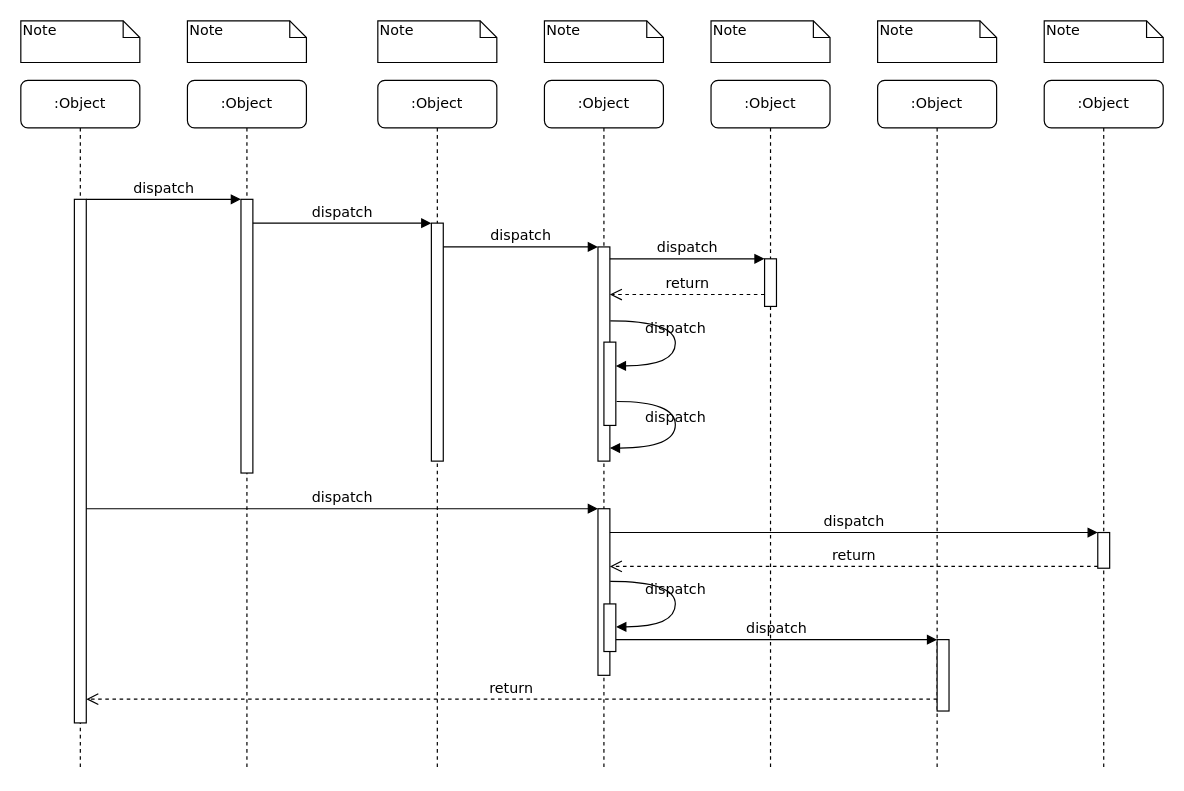
cgshao02/graduation_picture keeps this draw.io diagram as 未命名绘图.drawio. Above is the earlier version. Source tidied: cells renumbered, new cells numbered last; positions are measured from the earlier drawing's top-left corner, leaving out a move shared by most shapes. Both pictures are drawn from the tidied source at 119%, with x=0, y=0 at pixel (20, 20).
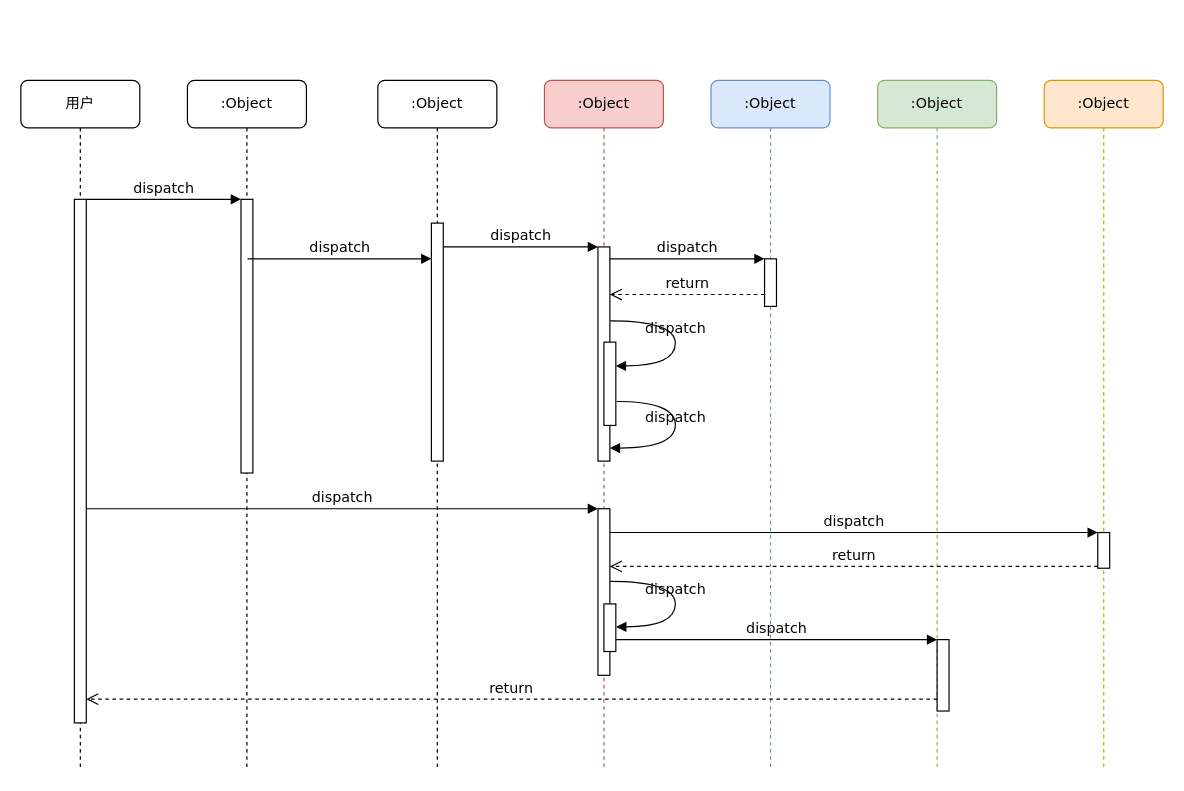
The same diagram, later.

Unchanged cells that the change refers to:
```xml
<mxCell id="3" style="html=1;points=[];perimeter=orthogonalPerimeter;rounded=0;shadow=0;comic=0;labelBackgroundColor=none;strokeWidth=1;fontFamily=Verdana;fontSize=12;align=center;" parent="2" vertex="1">
  <mxGeometry x="45" y="100" width="10" height="230" as="geometry" />
</mxCell>
<mxCell id="4" value=":Object" style="shape=umlLifeline;perimeter=lifelinePerimeter;whiteSpace=wrap;html=1;rounded=1;shadow=0;comic=0;labelBackgroundColor=none;strokeWidth=1;fontFamily=Verdana;fontSize=12;align=center;" parent="1" vertex="1">
  <mxGeometry x="300" y="50" width="100" height="580" as="geometry" />
</mxCell>
<mxCell id="5" style="html=1;points=[];perimeter=orthogonalPerimeter;rounded=0;shadow=0;comic=0;labelBackgroundColor=none;strokeWidth=1;fontFamily=Verdana;fontSize=12;align=center;" parent="4" vertex="1">
  <mxGeometry x="45" y="120" width="10" height="200" as="geometry" />
</mxCell>
```

Diff of the diagram source:
```diff
@@
+    <mxCell id="26" value="dispatch" style="html=1;verticalAlign=bottom;endArrow=block;labelBackgroundColor=none;fontFamily=Verdana;fontSize=12;edgeStyle=elbowEdgeStyle;elbow=vertical;" parent="4" edge="1">
+      <mxGeometry relative="1" as="geometry">
+        <mxPoint x="-109.5" y="150" as="sourcePoint" />
+        <mxPoint x="45" y="150" as="targetPoint" />
+      </mxGeometry>
+    </mxCell>
-    <mxCell id="6" value=":Object" style="shape=umlLifeline;perimeter=lifelinePerimeter;whiteSpace=wrap;html=1;rounded=1;shadow=0;comic=0;labelBackgroundColor=none;strokeWidth=1;fontFamily=Verdana;fontSize=12;align=center;" parent="1" vertex="1">
+    <mxCell id="6" value=":Object" style="shape=umlLifeline;perimeter=lifelinePerimeter;whiteSpace=wrap;html=1;rounded=1;shadow=0;comic=0;labelBackgroundColor=none;strokeWidth=1;fontFamily=Verdana;fontSize=12;align=center;fillColor=#f8cecc;strokeColor=#b85450;" parent="1" vertex="1">
       <mxGeometry x="440" y="50" width="100" height="580" as="geometry" />
     </mxCell>
-    <mxCell id="7" value=":Object" style="shape=umlLifeline;perimeter=lifelinePerimeter;whiteSpace=wrap;html=1;rounded=1;shadow=0;comic=0;labelBackgroundColor=none;strokeWidth=1;fontFamily=Verdana;fontSize=12;align=center;" parent="1" vertex="1">
+    <mxCell id="7" value=":Object" style="shape=umlLifeline;perimeter=lifelinePerimeter;whiteSpace=wrap;html=1;rounded=1;shadow=0;comic=0;labelBackgroundColor=none;strokeWidth=1;fontFamily=Verdana;fontSize=12;align=center;fillColor=#dae8fc;strokeColor=#6c8ebf;" parent="1" vertex="1">
       <mxGeometry x="580" y="50" width="100" height="580" as="geometry" />
     </mxCell>
-    <mxCell id="8" value=":Object" style="shape=umlLifeline;perimeter=lifelinePerimeter;whiteSpace=wrap;html=1;rounded=1;shadow=0;comic=0;labelBackgroundColor=none;strokeWidth=1;fontFamily=Verdana;fontSize=12;align=center;" parent="1" vertex="1">
+    <mxCell id="8" value=":Object" style="shape=umlLifeline;perimeter=lifelinePerimeter;whiteSpace=wrap;html=1;rounded=1;shadow=0;comic=0;labelBackgroundColor=none;strokeWidth=1;fontFamily=Verdana;fontSize=12;align=center;fillColor=#d5e8d4;strokeColor=#82b366;" parent="1" vertex="1">
       <mxGeometry x="720" y="50" width="100" height="580" as="geometry" />
     </mxCell>
-    <mxCell id="9" value=":Object" style="shape=umlLifeline;perimeter=lifelinePerimeter;whiteSpace=wrap;html=1;rounded=1;shadow=0;comic=0;labelBackgroundColor=none;strokeWidth=1;fontFamily=Verdana;fontSize=12;align=center;" parent="1" vertex="1">
+    <mxCell id="9" value=":Object" style="shape=umlLifeline;perimeter=lifelinePerimeter;whiteSpace=wrap;html=1;rounded=1;shadow=0;comic=0;labelBackgroundColor=none;strokeWidth=1;fontFamily=Verdana;fontSize=12;align=center;fillColor=#ffe6cc;strokeColor=#d79b00;" parent="1" vertex="1">
       <mxGeometry x="860" y="50" width="100" height="580" as="geometry" />
     </mxCell>
-    <mxCell id="10" value=":Object" style="shape=umlLifeline;perimeter=lifelinePerimeter;whiteSpace=wrap;html=1;rounded=1;shadow=0;comic=0;labelBackgroundColor=none;strokeWidth=1;fontFamily=Verdana;fontSize=12;align=center;" parent="1" vertex="1">
+    <mxCell id="10" value="用户" style="shape=umlLifeline;perimeter=lifelinePerimeter;whiteSpace=wrap;html=1;rounded=1;shadow=0;comic=0;labelBackgroundColor=none;strokeWidth=1;fontFamily=Verdana;fontSize=12;align=center;" parent="1" vertex="1">
       <mxGeometry y="50" width="100" height="580" as="geometry" />
     </mxCell>
@@
-    <mxCell id="26" value="dispatch" style="html=1;verticalAlign=bottom;endArrow=block;entryX=0;entryY=0;labelBackgroundColor=none;fontFamily=Verdana;fontSize=12;edgeStyle=elbowEdgeStyle;elbow=vertical;" parent="1" edge="1" source="3" target="5">
-      <mxGeometry relative="1" as="geometry" />
-    </mxCell>
@@
-    <mxCell id="32" value="Note" style="shape=note;whiteSpace=wrap;html=1;size=14;verticalAlign=top;align=left;spacingTop=-6;rounded=0;shadow=0;comic=0;labelBackgroundColor=none;strokeWidth=1;fontFamily=Verdana;fontSize=12;" parent="1" vertex="1">
-      <mxGeometry width="100" height="35" as="geometry" />
-    </mxCell>
-    <mxCell id="33" value="Note" style="shape=note;whiteSpace=wrap;html=1;size=14;verticalAlign=top;align=left;spacingTop=-6;rounded=0;shadow=0;comic=0;labelBackgroundColor=none;strokeWidth=1;fontFamily=Verdana;fontSize=12;" parent="1" vertex="1">
-      <mxGeometry x="140" width="100" height="35" as="geometry" />
-    </mxCell>
-    <mxCell id="34" value="Note" style="shape=note;whiteSpace=wrap;html=1;size=14;verticalAlign=top;align=left;spacingTop=-6;rounded=0;shadow=0;comic=0;labelBackgroundColor=none;strokeWidth=1;fontFamily=Verdana;fontSize=12;" parent="1" vertex="1">
-      <mxGeometry x="300" width="100" height="35" as="geometry" />
-    </mxCell>
-    <mxCell id="35" value="Note" style="shape=note;whiteSpace=wrap;html=1;size=14;verticalAlign=top;align=left;spacingTop=-6;rounded=0;shadow=0;comic=0;labelBackgroundColor=none;strokeWidth=1;fontFamily=Verdana;fontSize=12;" parent="1" vertex="1">
-      <mxGeometry x="440" width="100" height="35" as="geometry" />
-    </mxCell>
-    <mxCell id="36" value="Note" style="shape=note;whiteSpace=wrap;html=1;size=14;verticalAlign=top;align=left;spacingTop=-6;rounded=0;shadow=0;comic=0;labelBackgroundColor=none;strokeWidth=1;fontFamily=Verdana;fontSize=12;" parent="1" vertex="1">
-      <mxGeometry x="580" width="100" height="35" as="geometry" />
-    </mxCell>
-    <mxCell id="37" value="Note" style="shape=note;whiteSpace=wrap;html=1;size=14;verticalAlign=top;align=left;spacingTop=-6;rounded=0;shadow=0;comic=0;labelBackgroundColor=none;strokeWidth=1;fontFamily=Verdana;fontSize=12;" parent="1" vertex="1">
-      <mxGeometry x="720" width="100" height="35" as="geometry" />
-    </mxCell>
-    <mxCell id="38" value="Note" style="shape=note;whiteSpace=wrap;html=1;size=14;verticalAlign=top;align=left;spacingTop=-6;rounded=0;shadow=0;comic=0;labelBackgroundColor=none;strokeWidth=1;fontFamily=Verdana;fontSize=12;" parent="1" vertex="1">
-      <mxGeometry x="860" width="100" height="35" as="geometry" />
-    </mxCell>
```
